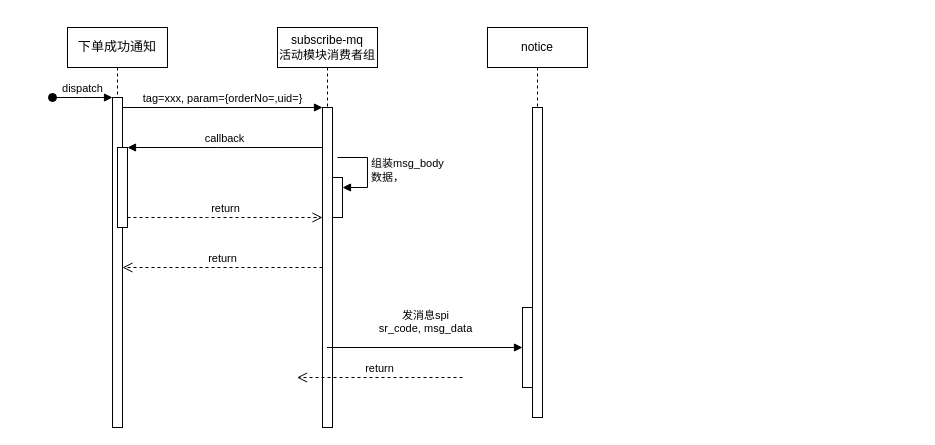
Luffybaga/draw keeps this draw.io diagram as 通知时序.drawio. Above is the earlier version. Source tidied: cells renumbered, new cells numbered last; positions are measured from the earlier drawing's top-left corner, leaving out a move shared by most shapes. Both pictures are drawn from the tidied source at 100%, with x=0, y=0 at pixel (52, 27).
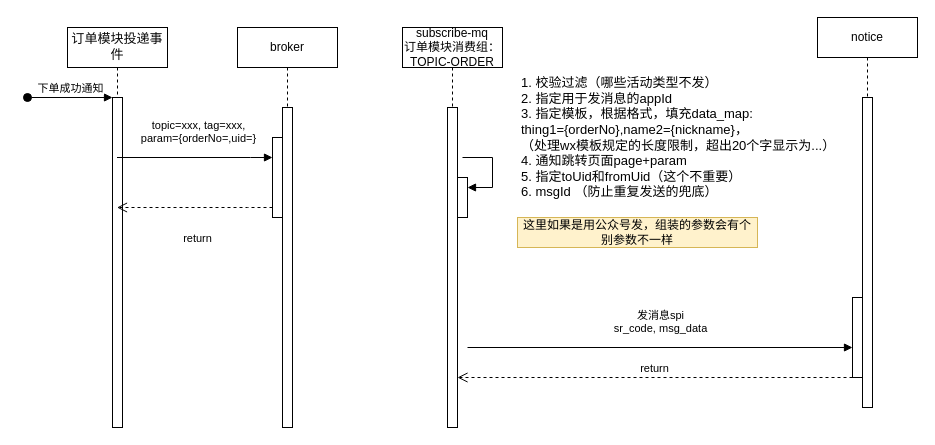
After the change.

Commit message (it also covers changes not shown here):
更新通知时序.drawio

Unchanged cells that the change refers to:
```xml
<mxCell id="3" style="html=1;points=[];perimeter=orthogonalPerimeter;outlineConnect=0;targetShapes=umlLifeline;portConstraint=eastwest;newEdgeStyle={&quot;edgeStyle&quot;:&quot;elbowEdgeStyle&quot;,&quot;elbow&quot;:&quot;vertical&quot;,&quot;curved&quot;:0,&quot;rounded&quot;:0};" parent="2" vertex="1">
  <mxGeometry x="45" y="70" width="10" height="330" as="geometry" />
</mxCell>
<mxCell id="7" style="html=1;points=[];perimeter=orthogonalPerimeter;outlineConnect=0;targetShapes=umlLifeline;portConstraint=eastwest;newEdgeStyle={&quot;edgeStyle&quot;:&quot;elbowEdgeStyle&quot;,&quot;elbow&quot;:&quot;vertical&quot;,&quot;curved&quot;:0,&quot;rounded&quot;:0};" parent="6" vertex="1">
  <mxGeometry x="45" y="80" width="10" height="320" as="geometry" />
</mxCell>
<mxCell id="8" style="html=1;points=[];perimeter=orthogonalPerimeter;outlineConnect=0;targetShapes=umlLifeline;portConstraint=eastwest;newEdgeStyle={&quot;edgeStyle&quot;:&quot;elbowEdgeStyle&quot;,&quot;elbow&quot;:&quot;vertical&quot;,&quot;curved&quot;:0,&quot;rounded&quot;:0};" parent="6" vertex="1">
  <mxGeometry x="55" y="150" width="10" height="40" as="geometry" />
</mxCell>
<mxCell id="16" style="html=1;points=[];perimeter=orthogonalPerimeter;outlineConnect=0;targetShapes=umlLifeline;portConstraint=eastwest;newEdgeStyle={&quot;edgeStyle&quot;:&quot;elbowEdgeStyle&quot;,&quot;elbow&quot;:&quot;vertical&quot;,&quot;curved&quot;:0,&quot;rounded&quot;:0};" parent="14" vertex="1">
  <mxGeometry x="35" y="280" width="10" height="80" as="geometry" />
</mxCell>
```

The edit, as a diff of the source:
```diff
@@
-    <mxCell id="2" value="&lt;div style=&quot;background-color: rgb(255, 255, 255); color: rgb(8, 8, 8); font-family: Menlo-Regular, monospace; font-size: 9.8pt;&quot;&gt;下单成功通知&lt;/div&gt;" style="shape=umlLifeline;perimeter=lifelinePerimeter;whiteSpace=wrap;html=1;outlineConnect=0;portConstraint=eastwest;newEdgeStyle={&quot;edgeStyle&quot;:&quot;elbowEdgeStyle&quot;,&quot;elbow&quot;:&quot;vertical&quot;,&quot;curved&quot;:0,&quot;rounded&quot;:0};" parent="1" vertex="1">
+    <mxCell id="2" value="&lt;div style=&quot;background-color: rgb(255, 255, 255); color: rgb(8, 8, 8); font-family: Menlo-Regular, monospace; font-size: 9.8pt;&quot;&gt;订单模块投递事件&lt;/div&gt;" style="shape=umlLifeline;perimeter=lifelinePerimeter;whiteSpace=wrap;html=1;outlineConnect=0;portConstraint=eastwest;newEdgeStyle={&quot;edgeStyle&quot;:&quot;elbowEdgeStyle&quot;,&quot;elbow&quot;:&quot;vertical&quot;,&quot;curved&quot;:0,&quot;rounded&quot;:0};" parent="1" vertex="1">
       <mxGeometry x="15" width="100" height="400" as="geometry" />
     </mxCell>
@@
-    <mxCell id="4" value="dispatch" style="html=1;verticalAlign=bottom;startArrow=oval;endArrow=block;startSize=8;edgeStyle=elbowEdgeStyle;elbow=vertical;curved=0;rounded=0;" parent="2" edge="1" target="3">
+    <mxCell id="4" value="下单成功通知" style="html=1;verticalAlign=bottom;startArrow=oval;endArrow=block;startSize=8;edgeStyle=elbowEdgeStyle;elbow=vertical;curved=0;rounded=0;" parent="2" edge="1" target="3">
       <mxGeometry relative="1" as="geometry">
-        <mxPoint x="-15" y="70" as="sourcePoint" />
+        <mxPoint x="-40" y="70" as="sourcePoint" />
       </mxGeometry>
     </mxCell>
-    <mxCell id="5" style="html=1;points=[];perimeter=orthogonalPerimeter;outlineConnect=0;targetShapes=umlLifeline;portConstraint=eastwest;newEdgeStyle={&quot;edgeStyle&quot;:&quot;elbowEdgeStyle&quot;,&quot;elbow&quot;:&quot;vertical&quot;,&quot;curved&quot;:0,&quot;rounded&quot;:0};" parent="2" vertex="1">
-      <mxGeometry x="50" y="120" width="10" height="80" as="geometry" />
-    </mxCell>
-    <mxCell id="6" value="subscribe-mq&lt;br&gt;活动模块消费者组" style="shape=umlLifeline;perimeter=lifelinePerimeter;whiteSpace=wrap;html=1;outlineConnect=0;portConstraint=eastwest;newEdgeStyle={&quot;edgeStyle&quot;:&quot;elbowEdgeStyle&quot;,&quot;elbow&quot;:&quot;vertical&quot;,&quot;curved&quot;:0,&quot;rounded&quot;:0};" parent="1" vertex="1">
-      <mxGeometry x="225" width="100" height="400" as="geometry" />
+    <mxCell id="6" value="subscribe-mq&lt;br&gt;订单模块消费组：&lt;br&gt;TOPIC-ORDER" style="shape=umlLifeline;perimeter=lifelinePerimeter;whiteSpace=wrap;html=1;outlineConnect=0;portConstraint=eastwest;newEdgeStyle={&quot;edgeStyle&quot;:&quot;elbowEdgeStyle&quot;,&quot;elbow&quot;:&quot;vertical&quot;,&quot;curved&quot;:0,&quot;rounded&quot;:0};" parent="1" vertex="1">
+      <mxGeometry x="350" width="100" height="400" as="geometry" />
     </mxCell>
@@
-    <mxCell id="9" value="组装msg_body&lt;br&gt;数据，&lt;br&gt;" style="html=1;align=left;spacingLeft=2;endArrow=block;rounded=0;edgeStyle=orthogonalEdgeStyle;curved=0;rounded=0;" parent="6" edge="1" target="8">
-      <mxGeometry relative="1" as="geometry">
+    <mxCell id="9" value="1. 校验过滤（哪些活动类型不发）&lt;br style=&quot;font-size: 13px;&quot;&gt;2. 指定用于发消息的appId&lt;br style=&quot;font-size: 13px;&quot;&gt;3. 指定模板，根据格式，填充data_map: &lt;br style=&quot;font-size: 13px;&quot;&gt;thing1={orderNo},name2={nickname}，&lt;br style=&quot;font-size: 13px;&quot;&gt;（处理wx模板规定的长度限制，超出20个字显示为...）&lt;br style=&quot;font-size: 13px;&quot;&gt;4. 通知跳转页面page+param&lt;br style=&quot;font-size: 13px;&quot;&gt;5. 指定toUid和fromUid（这个不重要）&lt;br style=&quot;font-size: 13px;&quot;&gt;6. msgId （防止重复发送的兜底）" style="html=1;align=left;spacingLeft=2;endArrow=block;rounded=0;edgeStyle=orthogonalEdgeStyle;curved=0;rounded=0;fontSize=13;" parent="6" edge="1" target="8">
+      <mxGeometry x="-0.29" y="32" relative="1" as="geometry">
         <mxPoint x="60" y="130" as="sourcePoint" />
         <Array as="points">
           <mxPoint x="90" y="160" />
         </Array>
+        <mxPoint x="-7" y="-20" as="offset" />
       </mxGeometry>
     </mxCell>
-    <mxCell id="10" value="tag=xxx, param={orderNo=,uid=}" style="html=1;verticalAlign=bottom;endArrow=block;edgeStyle=elbowEdgeStyle;elbow=vertical;curved=0;rounded=0;" parent="1" edge="1" source="3" target="7">
-      <mxGeometry relative="1" as="geometry">
-        <Array as="points">
-          <mxPoint x="155" y="80" />
-        </Array>
-      </mxGeometry>
-    </mxCell>
-    <mxCell id="11" value="return" style="html=1;verticalAlign=bottom;endArrow=open;dashed=1;endSize=8;edgeStyle=elbowEdgeStyle;elbow=vertical;curved=0;rounded=0;" parent="1" edge="1" source="7" target="3">
-      <mxGeometry relative="1" as="geometry">
-        <Array as="points">
-          <mxPoint x="165" y="240" />
-        </Array>
-      </mxGeometry>
-    </mxCell>
-    <mxCell id="12" value="callback" style="html=1;verticalAlign=bottom;endArrow=block;edgeStyle=elbowEdgeStyle;elbow=vertical;curved=0;rounded=0;" parent="1" edge="1" source="7" target="5">
-      <mxGeometry relative="1" as="geometry">
-        <Array as="points">
-          <mxPoint x="165" y="120" />
-        </Array>
-      </mxGeometry>
-    </mxCell>
-    <mxCell id="13" value="return" style="html=1;verticalAlign=bottom;endArrow=open;dashed=1;endSize=8;edgeStyle=elbowEdgeStyle;elbow=vertical;curved=0;rounded=0;" parent="1" edge="1" source="5" target="7">
-      <mxGeometry relative="1" as="geometry">
-        <Array as="points">
-          <mxPoint x="155" y="190" />
-        </Array>
-      </mxGeometry>
-    </mxCell>
     <mxCell id="14" value="notice" style="shape=umlLifeline;perimeter=lifelinePerimeter;whiteSpace=wrap;html=1;newEdgeStyle={&quot;edgeStyle&quot;:&quot;elbowEdgeStyle&quot;,&quot;elbow&quot;:&quot;vertical&quot;,&quot;curved&quot;:0,&quot;rounded&quot;:0};" parent="1" vertex="1">
-      <mxGeometry x="435" width="100" height="390" as="geometry" />
+      <mxGeometry x="765" y="-10" width="100" height="390" as="geometry" />
     </mxCell>
@@
-    <mxCell id="17" value="发消息spi&lt;br&gt;sr_code, msg_data" style="html=1;verticalAlign=bottom;endArrow=block;edgeStyle=elbowEdgeStyle;elbow=vertical;curved=0;rounded=0;" parent="1" edge="1" source="6" target="16">
-      <mxGeometry y="10" relative="1" as="geometry" />
+    <mxCell id="17" value="发消息spi&lt;br&gt;sr_code, msg_data" style="html=1;verticalAlign=bottom;endArrow=block;edgeStyle=elbowEdgeStyle;elbow=vertical;curved=0;rounded=0;" parent="1" edge="1" target="16">
+      <mxGeometry y="10" relative="1" as="geometry">
+        <mxPoint x="415" y="320" as="sourcePoint" />
+      </mxGeometry>
     </mxCell>
-    <mxCell id="18" value="return" style="html=1;verticalAlign=bottom;endArrow=open;dashed=1;endSize=8;edgeStyle=elbowEdgeStyle;elbow=vertical;curved=0;rounded=0;" parent="1" edge="1">
+    <mxCell id="18" value="return" style="html=1;verticalAlign=bottom;endArrow=open;dashed=1;endSize=8;edgeStyle=elbowEdgeStyle;elbow=vertical;curved=0;rounded=0;" parent="1" edge="1" source="16">
       <mxGeometry relative="1" as="geometry">
-        <mxPoint x="410" y="350" as="sourcePoint" />
-        <mxPoint x="244.5" y="350" as="targetPoint" />
+        <mxPoint x="405" y="350" as="targetPoint" />
       </mxGeometry>
     </mxCell>
+    <mxCell id="19" value="broker" style="shape=umlLifeline;perimeter=lifelinePerimeter;whiteSpace=wrap;html=1;newEdgeStyle={&quot;edgeStyle&quot;:&quot;elbowEdgeStyle&quot;,&quot;elbow&quot;:&quot;vertical&quot;,&quot;curved&quot;:0,&quot;rounded&quot;:0};" parent="1" vertex="1">
+      <mxGeometry x="185" width="100" height="400" as="geometry" />
+    </mxCell>
+    <mxCell id="20" style="html=1;perimeter=orthogonalPerimeter;targetShapes=umlLifeline;newEdgeStyle={&quot;edgeStyle&quot;:&quot;elbowEdgeStyle&quot;,&quot;elbow&quot;:&quot;vertical&quot;,&quot;curved&quot;:0,&quot;rounded&quot;:0};" parent="19" vertex="1">
+      <mxGeometry x="45" y="80" width="10" height="320" as="geometry" />
+    </mxCell>
+    <mxCell id="21" style="html=1;points=[];perimeter=orthogonalPerimeter;outlineConnect=0;targetShapes=umlLifeline;portConstraint=eastwest;newEdgeStyle={&quot;edgeStyle&quot;:&quot;elbowEdgeStyle&quot;,&quot;elbow&quot;:&quot;vertical&quot;,&quot;curved&quot;:0,&quot;rounded&quot;:0};" parent="19" vertex="1">
+      <mxGeometry x="35" y="110" width="10" height="80" as="geometry" />
+    </mxCell>
+    <mxCell id="22" value="topic=xxx, tag=xxx, &lt;br&gt;param={orderNo=,uid=}" style="html=1;verticalAlign=bottom;endArrow=block;edgeStyle=elbowEdgeStyle;elbow=vertical;curved=0;rounded=0;" parent="1" edge="1" source="2" target="21">
+      <mxGeometry x="0.03" y="10" relative="1" as="geometry">
+        <Array as="points">
+          <mxPoint x="198" y="130" />
+        </Array>
+        <mxPoint x="1" as="offset" />
+      </mxGeometry>
+    </mxCell>
+    <mxCell id="23" value="return" style="html=1;verticalAlign=bottom;endArrow=open;dashed=1;endSize=8;edgeStyle=elbowEdgeStyle;elbow=vertical;curved=0;rounded=0;" parent="1" edge="1" source="21" target="2">
+      <mxGeometry x="-0.03" y="40" relative="1" as="geometry">
+        <Array as="points">
+          <mxPoint x="195" y="180" />
+        </Array>
+      </mxGeometry>
+    </mxCell>
+    <mxCell id="24" value="这里如果是用公众号发，组装的参数会有个别参数不一样" style="text;html=1;strokeColor=#d6b656;fillColor=#fff2cc;align=center;verticalAlign=middle;whiteSpace=wrap;rounded=0;" parent="1" vertex="1">
+      <mxGeometry x="465" y="190" width="240" height="30" as="geometry" />
+    </mxCell>
```
